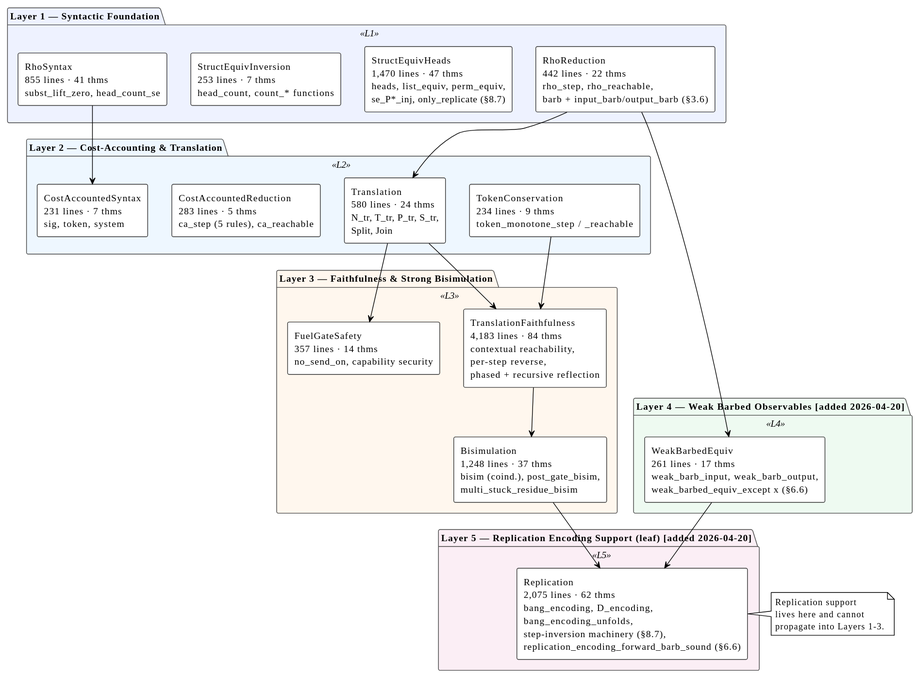
This is docs/theory/diagrams/proof-layers.svg from F1R3FLY-io/f1r3node-rust, a PlantUML export, as it was before one commit.
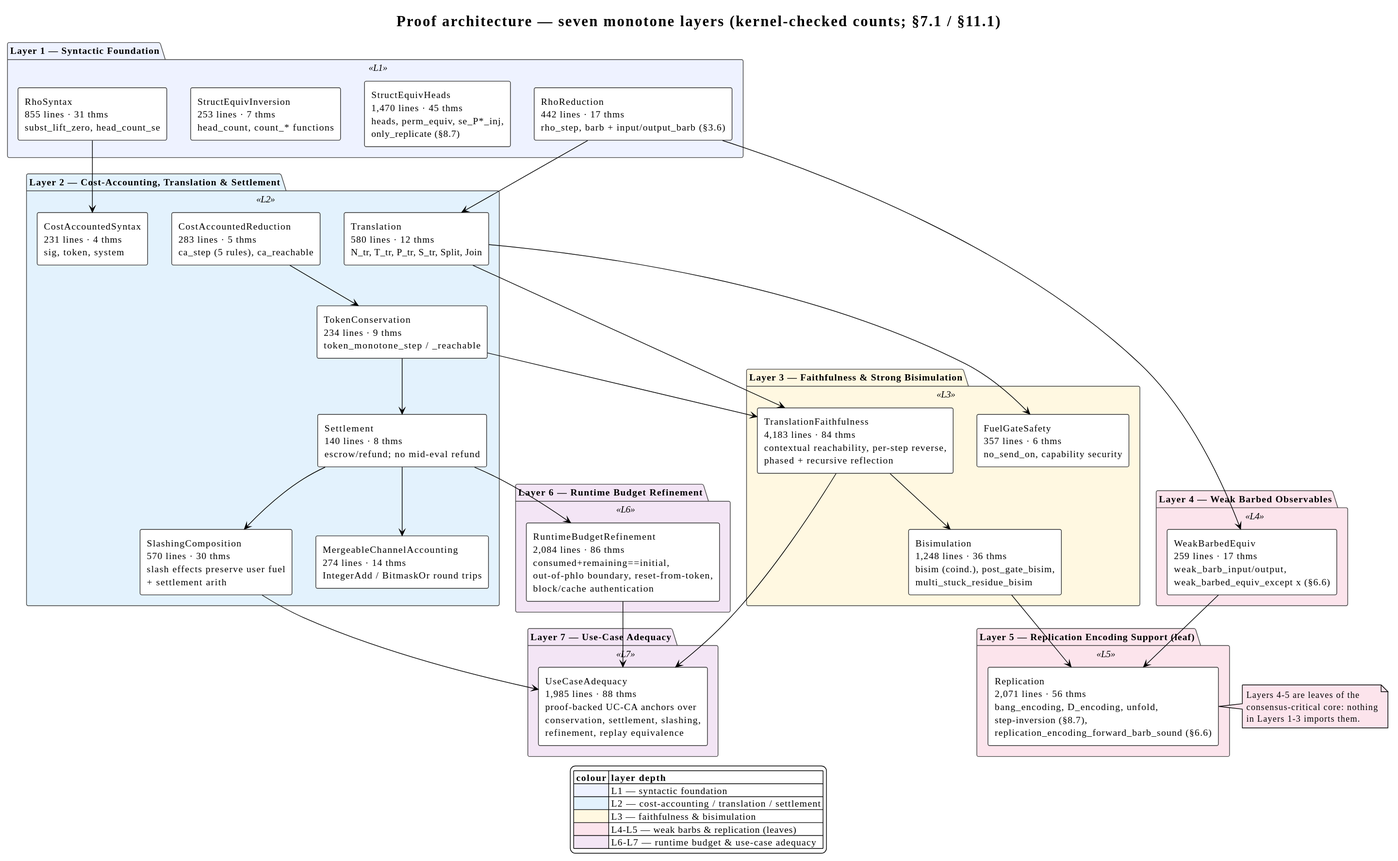
Later version of the same file.

Commit message:
[agent] docs(cost-accounting): full 32-module Graphviz dep graph + 7-layer proof stack

The edit, as a diff of the source:
```diff
@@ -1,61 +1,94 @@
 @startuml
 !theme plain
 
+skinparam defaultFontName "sans-serif"
 skinparam componentStyle rectangle
+skinparam shadowing false
 skinparam package {
   BackgroundColor<<L1>> #EEF2FF
-  BackgroundColor<<L2>> #EEF7FF
-  BackgroundColor<<L3>> #FFF7EE
-  BackgroundColor<<L4>> #EEFAF1
-  BackgroundColor<<L5>> #FBEEF5
+  BackgroundColor<<L2>> #E3F2FD
+  BackgroundColor<<L3>> #FFF8E1
+  BackgroundColor<<L4>> #FCE4EC
+  BackgroundColor<<L5>> #FCE4EC
+  BackgroundColor<<L6>> #F3E5F5
+  BackgroundColor<<L7>> #F3E5F5
   BorderColor #444444
 }
 skinparam component {
   BackgroundColor #FFFFFF
   BorderColor     #333333
 }
+title Proof architecture — seven monotone layers (kernel-checked counts; §7.1 / §11.1)
 
 package "Layer 1 — Syntactic Foundation" <<L1>> {
-  component "RhoSyntax\n855 lines · 41 thms\nsubst_lift_zero, head_count_se"                            as RhoSyntax
-  component "StructEquivInversion\n253 lines · 7 thms\nhead_count, count_* functions"                   as SEI
-  component "StructEquivHeads\n1,470 lines · 47 thms\nheads, list_equiv, perm_equiv,\nse_P*_inj, only_replicate (§8.7)" as SEH
-  component "RhoReduction\n442 lines · 22 thms\nrho_step, rho_reachable,\nbarb + input_barb/output_barb (§3.6)"          as RhoRed
+  component "RhoSyntax\n855 lines · 31 thms\nsubst_lift_zero, head_count_se"                                  as RhoSyntax
+  component "StructEquivInversion\n253 lines · 7 thms\nhead_count, count_* functions"                         as SEI
+  component "StructEquivHeads\n1,470 lines · 45 thms\nheads, perm_equiv, se_P*_inj,\nonly_replicate (§8.7)"    as SEH
+  component "RhoReduction\n442 lines · 17 thms\nrho_step, barb + input/output_barb (§3.6)"                    as RhoRed
 }
 
-package "Layer 2 — Cost-Accounting & Translation" <<L2>> {
-  component "CostAccountedSyntax\n231 lines · 7 thms\nsig, token, system"                               as CAS
-  component "CostAccountedReduction\n283 lines · 5 thms\nca_step (5 rules), ca_reachable"              as CAR
-  component "Translation\n580 lines · 24 thms\nN_tr, T_tr, P_tr, S_tr,\nSplit, Join"                   as Trans
-  component "TokenConservation\n234 lines · 9 thms\ntoken_monotone_step / _reachable"                 as TokCon
+package "Layer 2 — Cost-Accounting, Translation & Settlement" <<L2>> {
+  component "CostAccountedSyntax\n231 lines · 4 thms\nsig, token, system"                                      as CAS
+  component "CostAccountedReduction\n283 lines · 5 thms\nca_step (5 rules), ca_reachable"                      as CAR
+  component "Translation\n580 lines · 12 thms\nN_tr, T_tr, P_tr, S_tr, Split, Join"                           as Trans
+  component "TokenConservation\n234 lines · 9 thms\ntoken_monotone_step / _reachable"                         as TokCon
+  component "Settlement\n140 lines · 8 thms\nescrow/refund; no mid-eval refund"                               as Settle
+  component "SlashingComposition\n570 lines · 30 thms\nslash effects preserve user fuel\n+ settlement arith"   as Slash
+  component "MergeableChannelAccounting\n274 lines · 14 thms\nIntegerAdd / BitmaskOr round trips"              as MCA
 }
 
 package "Layer 3 — Faithfulness & Strong Bisimulation" <<L3>> {
-  component "TranslationFaithfulness\n4,183 lines · 84 thms\ncontextual reachability,\nper-step reverse,\nphased + recursive reflection" as TF
-  component "FuelGateSafety\n357 lines · 14 thms\nno_send_on, capability security"                      as FGS
-  component "Bisimulation\n1,248 lines · 37 thms\nbisim (coind.), post_gate_bisim,\nmulti_stuck_residue_bisim"              as Bisim
+  component "TranslationFaithfulness\n4,183 lines · 84 thms\ncontextual reachability, per-step reverse,\nphased + recursive reflection" as TF
+  component "FuelGateSafety\n357 lines · 6 thms\nno_send_on, capability security"                              as FGS
+  component "Bisimulation\n1,248 lines · 36 thms\nbisim (coind.), post_gate_bisim,\nmulti_stuck_residue_bisim"  as Bisim
 }
 
-package "Layer 4 — Weak Barbed Observables   [added 2026-04-20]" <<L4>> {
-  component "WeakBarbedEquiv\n261 lines · 17 thms\nweak_barb_input, weak_barb_output,\nweak_barbed_equiv_except x (§6.6)"   as WBE
+package "Layer 4 — Weak Barbed Observables" <<L4>> {
+  component "WeakBarbedEquiv\n259 lines · 17 thms\nweak_barb_input/output,\nweak_barbed_equiv_except x (§6.6)"  as WBE
 }
 
-package "Layer 5 — Replication Encoding Support (leaf)   [added 2026-04-20]" <<L5>> {
-  component "Replication\n2,075 lines · 62 thms\nbang_encoding, D_encoding,\nbang_encoding_unfolds,\nstep-inversion machinery (§8.7),\nreplication_encoding_forward_barb_sound (§6.6)"    as Rep
+package "Layer 5 — Replication Encoding Support (leaf)" <<L5>> {
+  component "Replication\n2,071 lines · 56 thms\nbang_encoding, D_encoding, unfold,\nstep-inversion (§8.7),\nreplication_encoding_forward_barb_sound (§6.6)" as Rep
+}
+
+package "Layer 6 — Runtime Budget Refinement" <<L6>> {
+  component "RuntimeBudgetRefinement\n2,084 lines · 86 thms\nconsumed+remaining==initial,\nout-of-phlo boundary, reset-from-token,\nblock/cache authentication" as RBR
+}
+
+package "Layer 7 — Use-Case Adequacy" <<L7>> {
+  component "UseCaseAdequacy\n1,985 lines · 88 thms\nproof-backed UC-CA anchors over\nconservation, settlement, slashing,\nrefinement, replay equivalence" as UCA
 }
 
 RhoSyntax -down-> CAS
 RhoRed    -down-> Trans
+CAR       -down-> TokCon
+TokCon    -down-> Settle
+Settle    -down-> Slash
+Settle    -down-> MCA
 Trans     -down-> TF
+TokCon    -down-> TF
 Trans     -down-> FGS
-TokCon    -down-> TF
 TF        -down-> Bisim
 RhoRed    -down-> WBE
 Bisim     -down-> Rep
 WBE       -down-> Rep
+Settle    -down-> RBR
+RBR       -down-> UCA
+TF        -down-> UCA
+Slash     -down-> UCA
 
-note right of Rep
-  Replication support
-  lives here and cannot
-  propagate into Layers 1-3.
+note right of Rep #FCE4EC
+  Layers 4-5 are leaves of the
+  consensus-critical core: nothing
+  in Layers 1-3 imports them.
 end note
+
+legend bottom
+  |= colour |= layer depth |
+  |<#EEF2FF>| L1 — syntactic foundation |
+  |<#E3F2FD>| L2 — cost-accounting / translation / settlement |
+  |<#FFF8E1>| L3 — faithfulness & bisimulation |
+  |<#FCE4EC>| L4-L5 — weak barbs & replication (leaves) |
+  |<#F3E5F5>| L6-L7 — runtime budget & use-case adequacy |
+endlegend
 @enduml
```
